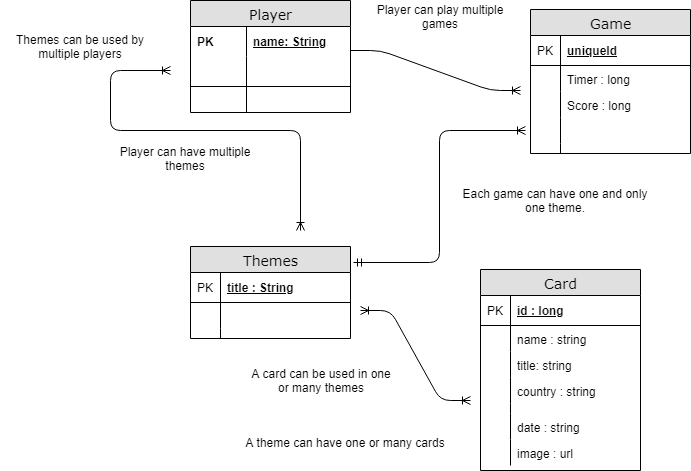
Above: docs/memory-match-erd.png in DBrittonLinebarger/ArtGalleryMemoryMatch (draw.io), before the change. Source tidied: cells renumbered, new cells last; positions are measured from the earlier drawing's top-left corner, leaving out a move shared by most shapes.
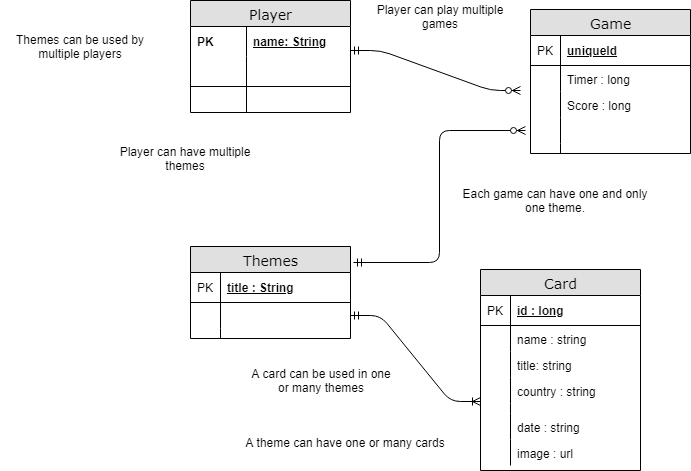
After the commit.

The edit, as a diff of the source:
```diff
@@ -122,25 +122,14 @@
     <mxCell id="41" style="shape=partialRectangle;top=0;left=0;bottom=0;html=1;fillColor=none;align=left;verticalAlign=top;spacingLeft=4;spacingRight=4;whiteSpace=wrap;overflow=hidden;" parent="40" vertex="1">
       <mxGeometry width="30" height="26" as="geometry" />
     </mxCell>
-    <mxCell id="42" style="edgeStyle=entityRelationEdgeStyle;fontSize=12;html=1;endArrow=ERoneToMany;startArrow=ERoneToMany;" parent="1" edge="1">
+    <mxCell id="42" style="edgeStyle=entityRelationEdgeStyle;fontSize=12;html=1;endArrow=ERoneToMany;startArrow=ERmandOne;startFill=0;exitX=1;exitY=0.5;exitDx=0;exitDy=0;" parent="1" edge="1" source="23">
       <mxGeometry relative="1" as="geometry">
-        <mxPoint x="360" y="310" as="sourcePoint" />
-        <mxPoint x="470" y="400" as="targetPoint" />
+        <mxPoint x="480" y="401" as="targetPoint" />
       </mxGeometry>
     </mxCell>
-    <mxCell id="43" style="edgeStyle=orthogonalEdgeStyle;fontSize=12;html=1;endArrow=ERoneToMany;startArrow=ERoneToMany;startFill=0;" parent="1" edge="1">
-      <mxGeometry relative="1" as="geometry">
-        <mxPoint x="170" y="70" as="sourcePoint" />
-        <mxPoint x="300" y="230" as="targetPoint" />
-        <Array as="points">
-          <mxPoint x="110" y="130" />
-          <mxPoint x="300" y="130" />
-        </Array>
-      </mxGeometry>
-    </mxCell>
-    <mxCell id="44" style="edgeStyle=elbowEdgeStyle;fontSize=12;html=1;endArrow=ERoneToMany;startArrow=ERmandOne;rounded=1;exitX=1.02;exitY=0.169;exitDx=0;exitDy=0;exitPerimeter=0;" parent="1" edge="1" source="20">
+    <mxCell id="44" style="edgeStyle=elbowEdgeStyle;fontSize=12;html=1;endArrow=ERmandOne;startArrow=ERzeroToMany;rounded=1;exitX=1.02;exitY=0.169;exitDx=0;exitDy=0;exitPerimeter=0;startFill=1;entryX=1.02;entryY=0.169;entryDx=0;entryDy=0;entryPerimeter=0;endFill=0;" parent="1" edge="1" target="20">
       <mxGeometry relative="1" as="geometry">
-        <mxPoint x="525" y="130" as="targetPoint" />
+        <mxPoint x="525" y="130" as="sourcePoint" />
       </mxGeometry>
     </mxCell>
     <mxCell id="45" value="Player can have multiple themes" style="text;html=1;strokeColor=none;fillColor=none;align=center;verticalAlign=middle;whiteSpace=wrap;rounded=0;" parent="1" vertex="1">
@@ -152,7 +141,7 @@
     <mxCell id="47" value="Each game can have one and only one theme." style="text;html=1;strokeColor=none;fillColor=none;align=center;verticalAlign=middle;whiteSpace=wrap;rounded=0;" parent="1" vertex="1">
       <mxGeometry x="460" y="190" width="190" height="20" as="geometry" />
     </mxCell>
-    <mxCell id="48" style="edgeStyle=entityRelationEdgeStyle;fontSize=12;html=1;endArrow=ERoneToMany;" parent="1" edge="1">
+    <mxCell id="48" style="edgeStyle=entityRelationEdgeStyle;fontSize=12;html=1;endArrow=ERzeroToMany;startArrow=ERmandOne;startFill=0;endFill=1;" parent="1" edge="1">
       <mxGeometry relative="1" as="geometry">
         <mxPoint x="350" y="50" as="sourcePoint" />
         <mxPoint x="520" y="90" as="targetPoint" />
```
